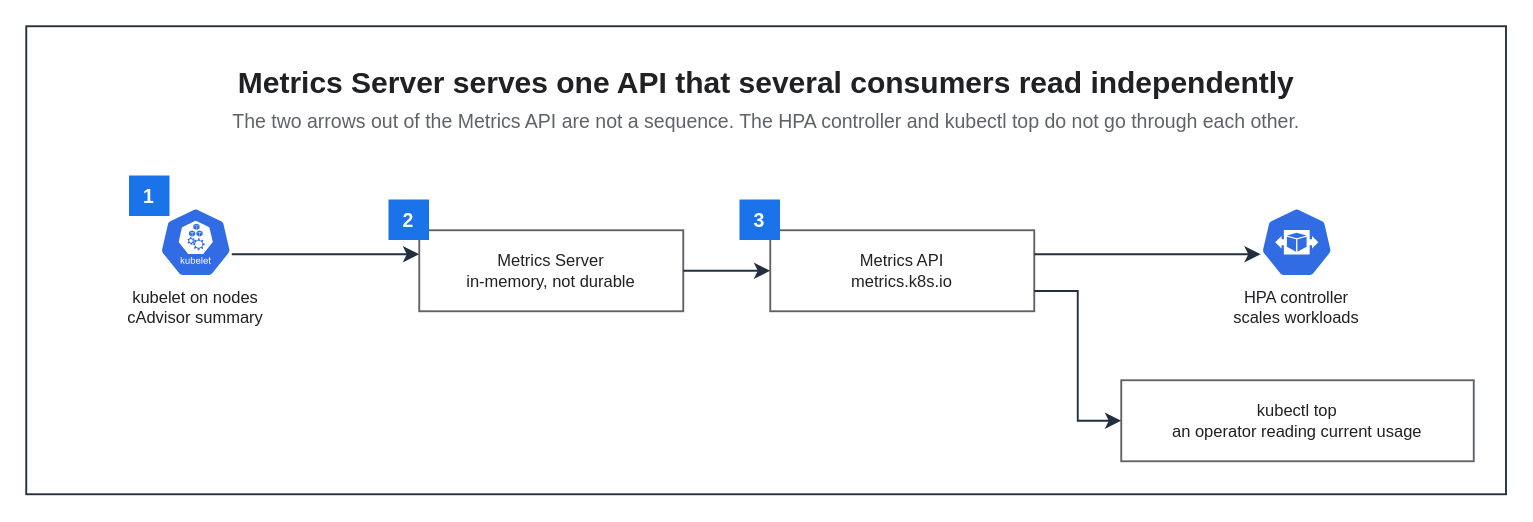
This is assets/img/kubernetes/metrics-server-collection.drawio from KKamJi98/kkamji98.github.io, a draw.io file, before an edit. Source tidied: cells renumbered, new cells numbered last; positions are measured from the earlier drawing's top-left corner, leaving out a move shared by most shapes. Both pictures are drawn from the tidied source at 150%, with x=0, y=0 at pixel (26, 26).
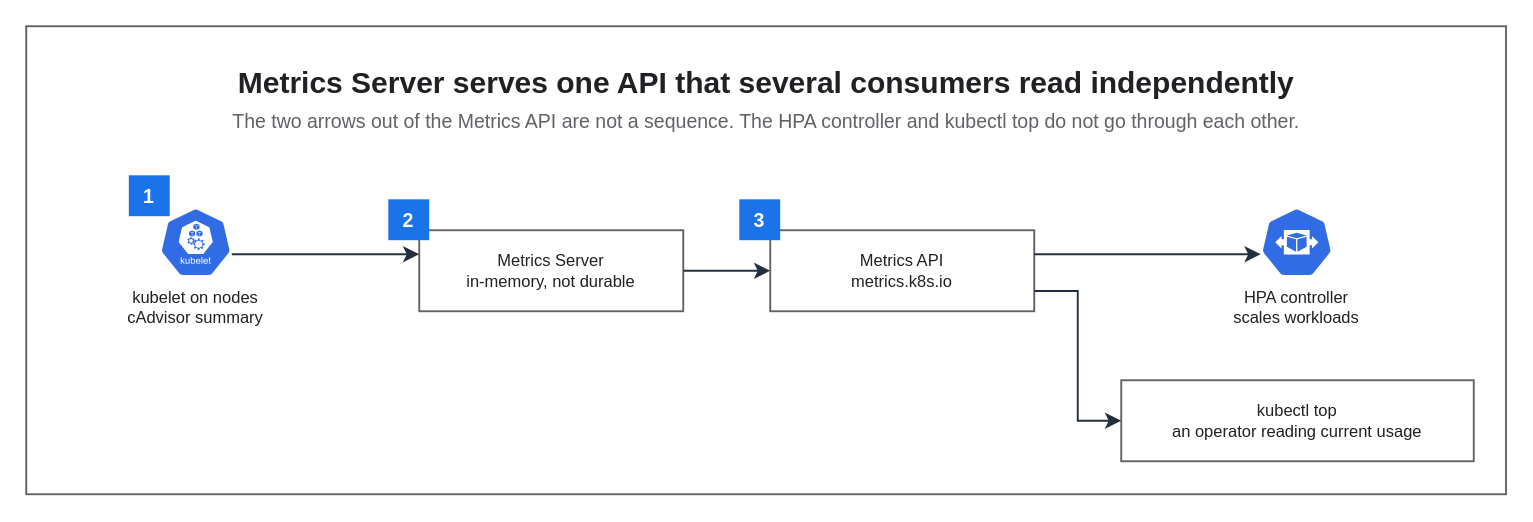
After the change.

Diff of the diagram source:
```diff
@@
 <mxGraphModel background="#FFFFFF">
   <root>
     <mxCell id="0" />
     <mxCell id="1" parent="0" />
-    <mxCell id="2" style="rounded=0;html=0;fillColor=none;strokeColor=#232F3E;fontColor=#202124;strokeWidth=1.25;" parent="1" vertex="1">
+    <mxCell id="2" style="rounded=0;html=0;fillColor=none;strokeColor=#5F6368;fontColor=#202124;strokeWidth=1.25;" parent="1" vertex="1">
       <mxGeometry width="986.5" height="312" as="geometry" />
     </mxCell>
     <mxCell id="3" value="Metrics Server serves one API that several consumers read independently" style="text;html=0;whiteSpace=wrap;fillColor=none;strokeColor=none;fontColor=#202124;fontSize=20;fontStyle=1;align=center;verticalAlign=middle;" parent="1" vertex="1">
       <mxGeometry x="22" y="22" width="942.5" height="30" as="geometry" />
     </mxCell>
     <mxCell id="4" value="The two arrows out of the Metrics API are not a sequence. The HPA controller and kubectl top do not go through each other." style="text;html=0;whiteSpace=wrap;fillColor=none;strokeColor=none;fontColor=#5F6368;fontSize=13;fontStyle=0;align=center;verticalAlign=middle;" parent="1" vertex="1">
       <mxGeometry x="22" y="52" width="942.5" height="22" as="geometry" />
     </mxCell>
     <mxCell id="5" value="kubelet on nodes&#10;cAdvisor summary" style="sketch=0;outlineConnect=0;gradientColor=none;html=0;whiteSpace=nowrap;fontSize=11;fontStyle=0;fontColor=#202124;verticalLabelPosition=bottom;verticalAlign=top;align=center;labelBackgroundColor=none;fillColor=#326CE5;strokeColor=none;dashed=0;shape=mxgraph.kubernetes.icon;prIcon=kubelet;" parent="1" vertex="1">
       <mxGeometry x="89" y="120" width="48" height="48" as="geometry" />
     </mxCell>
     <mxCell id="6" value="Metrics Server&#10;in-memory, not durable" style="rounded=0;whiteSpace=wrap;html=0;fillColor=#FFFFFF;strokeColor=#5F6368;fontColor=#202124;fontSize=11;fontStyle=0;align=center;verticalAlign=middle;spacingLeft=6;spacingRight=6;strokeWidth=1.25;" parent="1" vertex="1">
       <mxGeometry x="262" y="136" width="176" height="54" as="geometry" />
     </mxCell>
     <mxCell id="7" value="Metrics API&#10;metrics.k8s.io" style="rounded=0;whiteSpace=wrap;html=0;fillColor=#FFFFFF;strokeColor=#5F6368;fontColor=#202124;fontSize=11;fontStyle=0;align=center;verticalAlign=middle;spacingLeft=6;spacingRight=6;strokeWidth=1.25;" parent="1" vertex="1">
       <mxGeometry x="496" y="136" width="176" height="54" as="geometry" />
     </mxCell>
     <mxCell id="8" value="HPA controller&#10;scales workloads" style="sketch=0;outlineConnect=0;gradientColor=none;html=0;whiteSpace=nowrap;fontSize=11;fontStyle=0;fontColor=#202124;verticalLabelPosition=bottom;verticalAlign=top;align=center;labelBackgroundColor=none;fillColor=#326CE5;strokeColor=none;dashed=0;shape=mxgraph.kubernetes.icon;prIcon=hpa;" parent="1" vertex="1">
       <mxGeometry x="823" y="120" width="48" height="48" as="geometry" />
     </mxCell>
     <mxCell id="9" value="kubectl top&#10;an operator reading current usage" style="rounded=0;whiteSpace=wrap;html=0;fillColor=#FFFFFF;strokeColor=#5F6368;fontColor=#202124;fontSize=11;fontStyle=0;align=center;verticalAlign=middle;spacingLeft=6;spacingRight=6;strokeWidth=1.25;" parent="1" vertex="1">
       <mxGeometry x="730" y="236" width="235" height="54" as="geometry" />
     </mxCell>
-    <mxCell id="10" value="1" style="rounded=0;whiteSpace=wrap;html=0;fillColor=#1A73E8;strokeColor=#1A73E8;fontColor=#FFFFFF;fontSize=13;fontStyle=1;align=center;verticalAlign=middle;" parent="1" vertex="1">
+    <mxCell id="10" value="1" style="rounded=0;whiteSpace=wrap;html=0;fillColor=#1A73E8;strokeColor=#1A73E8;fontColor=#FFFFFF;fontSize=13;fontStyle=1;align=center;verticalAlign=middle;strokeWidth=1.25;" parent="1" vertex="1">
       <mxGeometry x="69" y="100" width="26" height="26" as="geometry" />
     </mxCell>
-    <mxCell id="11" value="2" style="rounded=0;whiteSpace=wrap;html=0;fillColor=#1A73E8;strokeColor=#1A73E8;fontColor=#FFFFFF;fontSize=13;fontStyle=1;align=center;verticalAlign=middle;" parent="1" vertex="1">
+    <mxCell id="11" value="2" style="rounded=0;whiteSpace=wrap;html=0;fillColor=#1A73E8;strokeColor=#1A73E8;fontColor=#FFFFFF;fontSize=13;fontStyle=1;align=center;verticalAlign=middle;strokeWidth=1.25;" parent="1" vertex="1">
       <mxGeometry x="242" y="116" width="26" height="26" as="geometry" />
     </mxCell>
-    <mxCell id="12" value="3" style="rounded=0;whiteSpace=wrap;html=0;fillColor=#1A73E8;strokeColor=#1A73E8;fontColor=#FFFFFF;fontSize=13;fontStyle=1;align=center;verticalAlign=middle;" parent="1" vertex="1">
+    <mxCell id="12" value="3" style="rounded=0;whiteSpace=wrap;html=0;fillColor=#1A73E8;strokeColor=#1A73E8;fontColor=#FFFFFF;fontSize=13;fontStyle=1;align=center;verticalAlign=middle;strokeWidth=1.25;" parent="1" vertex="1">
       <mxGeometry x="476" y="116" width="26" height="26" as="geometry" />
     </mxCell>
     <mxCell id="13" style="edgeStyle=orthogonalEdgeStyle;rounded=0;html=0;strokeColor=#232F3E;strokeWidth=1.25;endArrow=classic;endFill=1;endSize=7;fontSize=11;fontColor=#202124;labelBackgroundColor=none;jettySize=14;exitX=1;exitY=0.6667;entryX=0;entryY=0.2963;exitDx=0;exitDy=0;entryDx=0;entryDy=0;" parent="1" edge="1" source="5" target="6">
       <mxGeometry relative="1" as="geometry" />
     </mxCell>
     <mxCell id="14" style="edgeStyle=orthogonalEdgeStyle;rounded=0;html=0;strokeColor=#232F3E;strokeWidth=1.25;endArrow=classic;endFill=1;endSize=7;fontSize=11;fontColor=#202124;labelBackgroundColor=none;jettySize=14;exitX=1;exitY=0.5;entryX=0;entryY=0.5;exitDx=0;exitDy=0;entryDx=0;entryDy=0;" parent="1" edge="1" source="6" target="7">
       <mxGeometry relative="1" as="geometry" />
     </mxCell>
     <mxCell id="15" style="edgeStyle=orthogonalEdgeStyle;rounded=0;html=0;strokeColor=#232F3E;strokeWidth=1.25;endArrow=classic;endFill=1;endSize=7;fontSize=11;fontColor=#202124;labelBackgroundColor=none;jettySize=14;exitX=1;exitY=0.2963;entryX=0;entryY=0.6667;exitDx=0;exitDy=0;entryDx=0;entryDy=0;" parent="1" edge="1" source="7" target="8">
       <mxGeometry relative="1" as="geometry" />
     </mxCell>
     <mxCell id="16" style="edgeStyle=orthogonalEdgeStyle;rounded=0;html=0;strokeColor=#232F3E;strokeWidth=1.25;endArrow=classic;endFill=1;endSize=7;fontSize=11;fontColor=#202124;labelBackgroundColor=none;jettySize=14;exitX=1;exitY=0.75;entryX=0;entryY=0.5;exitDx=0;exitDy=0;entryDx=0;entryDy=0;" parent="1" edge="1" source="7" target="9">
       <mxGeometry relative="1" as="geometry">
         <Array as="points">
           <mxPoint x="701" y="176.5" />
           <mxPoint x="701" y="263" />
         </Array>
       </mxGeometry>
     </mxCell>
   </root>
 </mxGraphModel>
```
